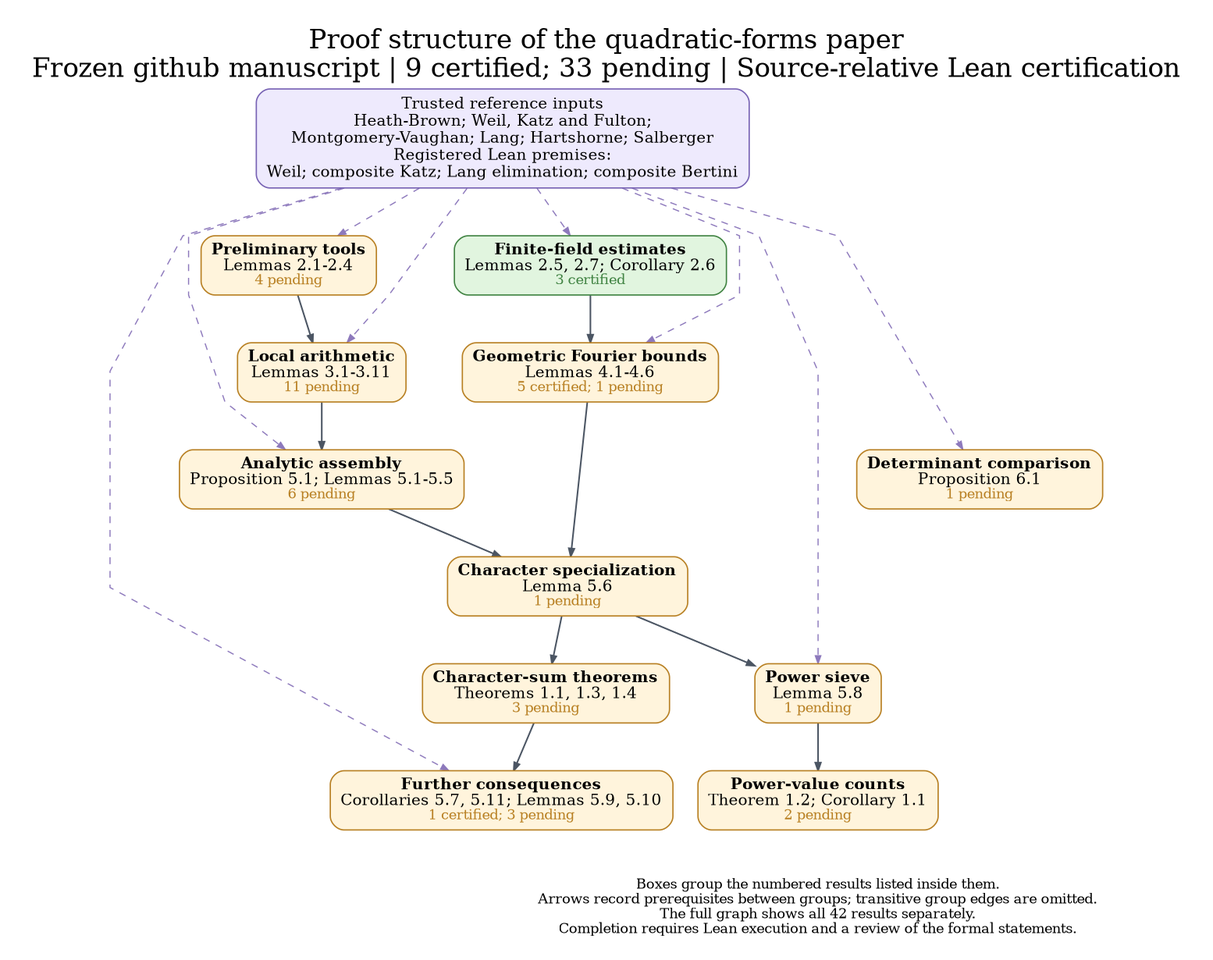
This is docs/dependency_overview.png from nicolasrobles/quaternary-quadratic-forms, a Graphviz export, as it was before one commit. Its source is kept beside it as docs/dependency_overview.dot.
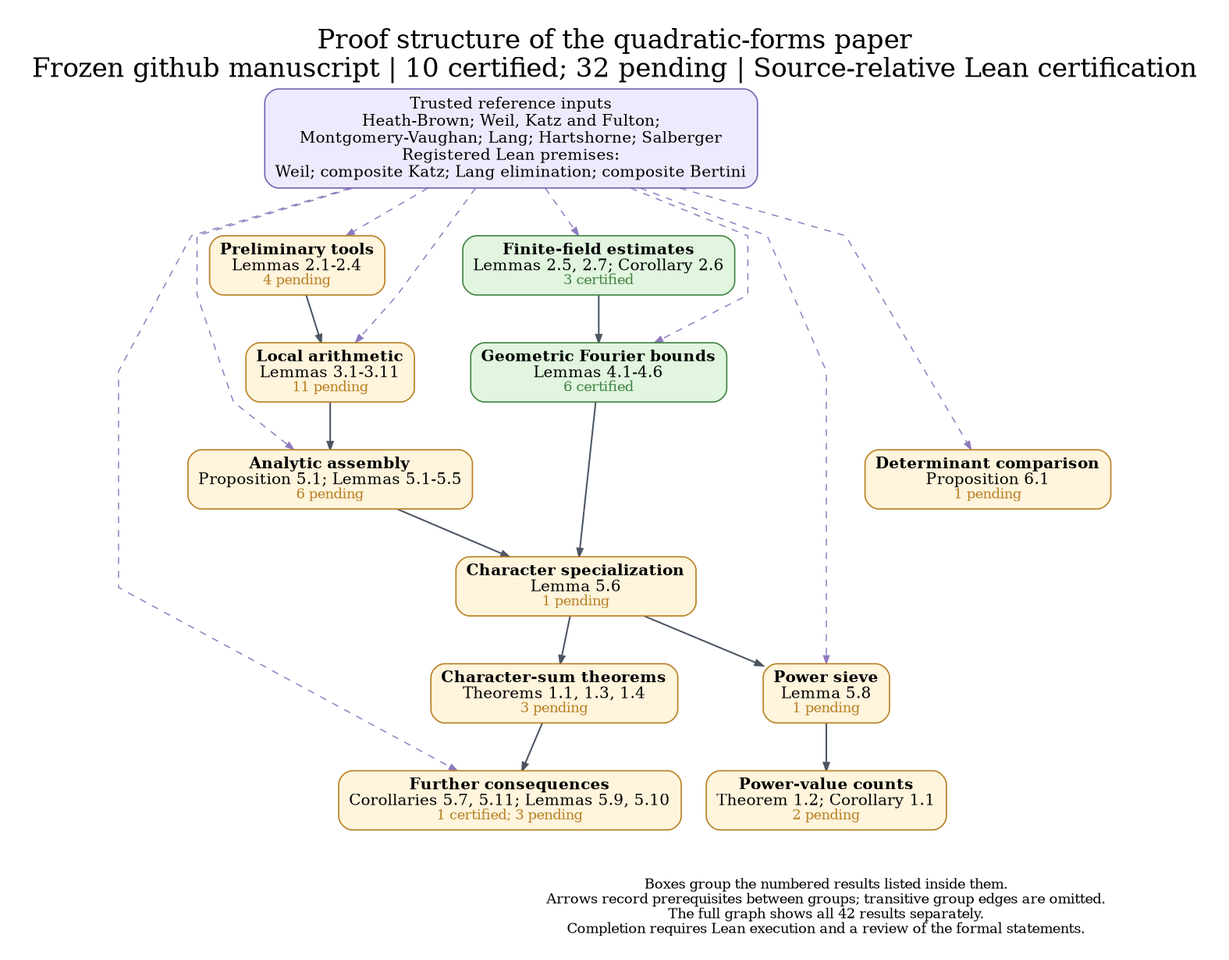
The same file after the commit.

Diff of the diagram source:
```diff
@@ -1,7 +1,7 @@
 digraph Overview {
 graph [rankdir=TB, newrank=true, compound=true, outputorder=edgesfirst,
   bgcolor="white", fontname="DejaVu Serif", fontsize=23, labelloc=t,
-  label="Proof structure of the quadratic-forms paper\nFrozen github manuscript | 9 certified; 33 pending | Source-relative Lean certification",
+  label="Proof structure of the quadratic-forms paper\nFrozen github manuscript | 10 certified; 32 pending | Source-relative Lean certification",
   nodesep=0.30, ranksep=0.58, pad=0.28, splines=polyline];
 node [shape=box, style="rounded,filled", fillcolor="#fff4dc", color="#b88023",
   fontname="DejaVu Serif", fontsize=14, penwidth=1.15, margin="0.12,0.09"];
@@ -10,7 +10,7 @@
 "prelim" [label=<<B>Preliminary tools</B><BR/>Lemmas 2.1-2.4<BR/><FONT POINT-SIZE="12" COLOR="#b88023">4 pending</FONT>>, fillcolor="#fff4dc", color="#b88023", URL="https://github.com/nicolasrobles/quaternary-quadratic-forms/blob/main/INVENTORY.md", target="_blank"];
 "finite" [label=<<B>Finite-field estimates</B><BR/>Lemmas 2.5, 2.7; Corollary 2.6<BR/><FONT POINT-SIZE="12" COLOR="#408342">3 certified</FONT>>, fillcolor="#e1f5df", color="#408342", URL="https://github.com/nicolasrobles/quaternary-quadratic-forms/blob/main/INVENTORY.md", target="_blank"];
 "local" [label=<<B>Local arithmetic</B><BR/>Lemmas 3.1-3.11<BR/><FONT POINT-SIZE="12" COLOR="#b88023">11 pending</FONT>>, fillcolor="#fff4dc", color="#b88023", URL="https://github.com/nicolasrobles/quaternary-quadratic-forms/blob/main/INVENTORY.md", target="_blank"];
-"fourier" [label=<<B>Geometric Fourier bounds</B><BR/>Lemmas 4.1-4.6<BR/><FONT POINT-SIZE="12" COLOR="#b88023">5 certified; 1 pending</FONT>>, fillcolor="#fff4dc", color="#b88023", URL="https://github.com/nicolasrobles/quaternary-quadratic-forms/blob/main/INVENTORY.md", target="_blank"];
+"fourier" [label=<<B>Geometric Fourier bounds</B><BR/>Lemmas 4.1-4.6<BR/><FONT POINT-SIZE="12" COLOR="#408342">6 certified</FONT>>, fillcolor="#e1f5df", color="#408342", URL="https://github.com/nicolasrobles/quaternary-quadratic-forms/blob/main/INVENTORY.md", target="_blank"];
 "analytic" [label=<<B>Analytic assembly</B><BR/>Proposition 5.1; Lemmas 5.1-5.5<BR/><FONT POINT-SIZE="12" COLOR="#b88023">6 pending</FONT>>, fillcolor="#fff4dc", color="#b88023", URL="https://github.com/nicolasrobles/quaternary-quadratic-forms/blob/main/INVENTORY.md", target="_blank"];
 "characters" [label=<<B>Character specialization</B><BR/>Lemma 5.6<BR/><FONT POINT-SIZE="12" COLOR="#b88023">1 pending</FONT>>, fillcolor="#fff4dc", color="#b88023", URL="https://github.com/nicolasrobles/quaternary-quadratic-forms/blob/main/INVENTORY.md", target="_blank"];
 "sieve" [label=<<B>Power sieve</B><BR/>Lemma 5.8<BR/><FONT POINT-SIZE="12" COLOR="#b88023">1 pending</FONT>>, fillcolor="#fff4dc", color="#b88023", URL="https://github.com/nicolasrobles/quaternary-quadratic-forms/blob/main/INVENTORY.md", target="_blank"];
```
